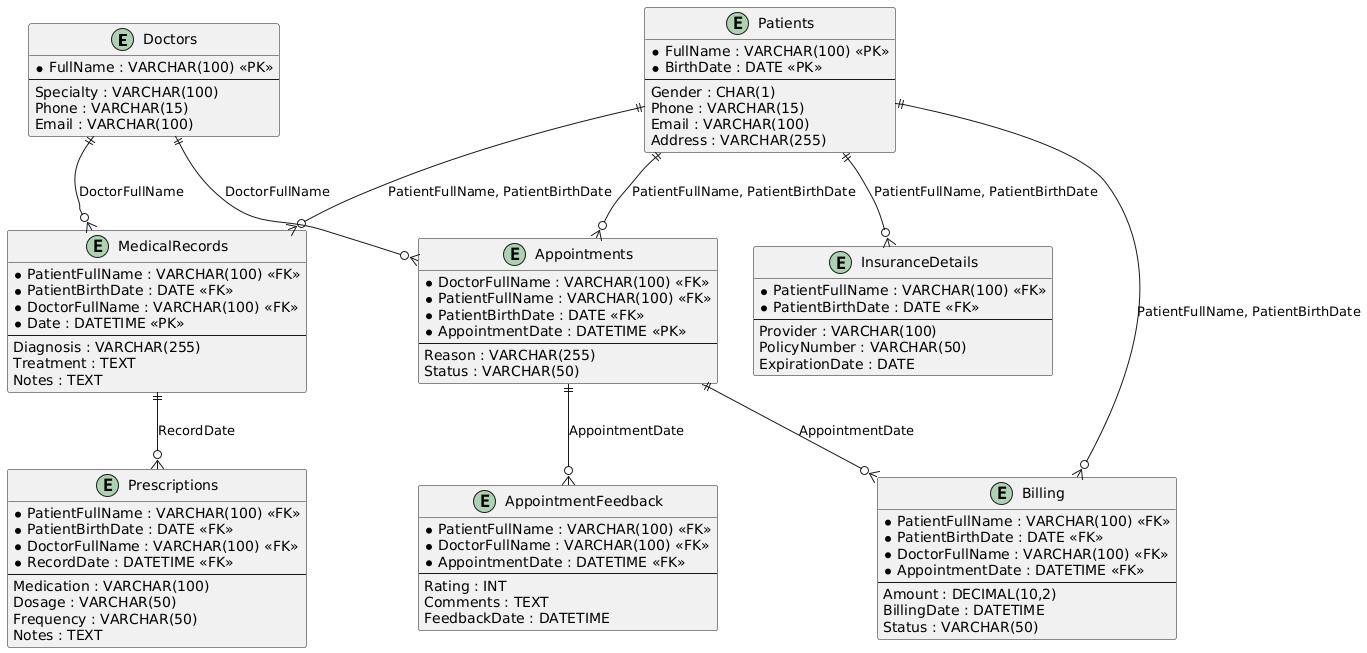
4llower/hospital-OLTP-OLAP-ETL keeps this PlantUML diagram as oltp/OLTP.png. Above is the earlier version. Source of this version:
```plantuml
@startuml
entity "Doctors" {
  *FullName : VARCHAR(100) <<PK>>
  --
  Specialty : VARCHAR(100)
  Phone : VARCHAR(15)
  Email : VARCHAR(100)
}

entity "Patients" {
  *FullName : VARCHAR(100) <<PK>>
  *BirthDate : DATE <<PK>>
  --
  Gender : CHAR(1)
  Phone : VARCHAR(15)
  Email : VARCHAR(100)
  Address : VARCHAR(255)
}

entity "Appointments" {
  *DoctorFullName : VARCHAR(100) <<FK>>
  *PatientFullName : VARCHAR(100) <<FK>>
  *PatientBirthDate : DATE <<FK>>
  *AppointmentDate : DATETIME <<PK>>
  --
  Reason : VARCHAR(255)
  Status : VARCHAR(50)
}

entity "MedicalRecords" {
  *PatientFullName : VARCHAR(100) <<FK>>
  *PatientBirthDate : DATE <<FK>>
  *DoctorFullName : VARCHAR(100) <<FK>>
  *Date : DATETIME <<PK>>
  --
  Diagnosis : VARCHAR(255)
  Treatment : TEXT
  Notes : TEXT
}

entity "Billing" {
  *PatientFullName : VARCHAR(100) <<FK>>
  *PatientBirthDate : DATE <<FK>>
  *DoctorFullName : VARCHAR(100) <<FK>>
  *AppointmentDate : DATETIME <<FK>>
  --
  Amount : DECIMAL(10,2)
  BillingDate : DATETIME
  Status : VARCHAR(50)
}

entity "Prescriptions" {
  *PatientFullName : VARCHAR(100) <<FK>>
  *PatientBirthDate : DATE <<FK>>
  *DoctorFullName : VARCHAR(100) <<FK>>
  *RecordDate : DATETIME <<FK>>
  --
  Medication : VARCHAR(100)
  Dosage : VARCHAR(50)
  Frequency : VARCHAR(50)
  Notes : TEXT
}

entity "InsuranceDetails" {
  *PatientFullName : VARCHAR(100) <<FK>>
  *PatientBirthDate : DATE <<FK>>
  --
  Provider : VARCHAR(100)
  PolicyNumber : VARCHAR(50)
  ExpirationDate : DATE
}

entity "AppointmentFeedback" {
  *PatientFullName : VARCHAR(100) <<FK>>
  *DoctorFullName : VARCHAR(100) <<FK>>
  *AppointmentDate : DATETIME <<FK>>
  --
  Rating : INT
  Comments : TEXT
  FeedbackDate : DATETIME
}

"Doctors" ||--o{ "Appointments" : "DoctorFullName"
"Patients" ||--o{ "Appointments" : "PatientFullName, PatientBirthDate"
"Patients" ||--o{ "MedicalRecords" : "PatientFullName, PatientBirthDate"
"Doctors" ||--o{ "MedicalRecords" : "DoctorFullName"
"Patients" ||--o{ "Billing" : "PatientFullName, PatientBirthDate"
"Appointments" ||--o{ "Billing" : "AppointmentDate"
"MedicalRecords" ||--o{ "Prescriptions" : "RecordDate"
"Patients" ||--o{ "InsuranceDetails" : "PatientFullName, PatientBirthDate"
"Appointments" ||--o{ "AppointmentFeedback" : "AppointmentDate"
@enduml
```
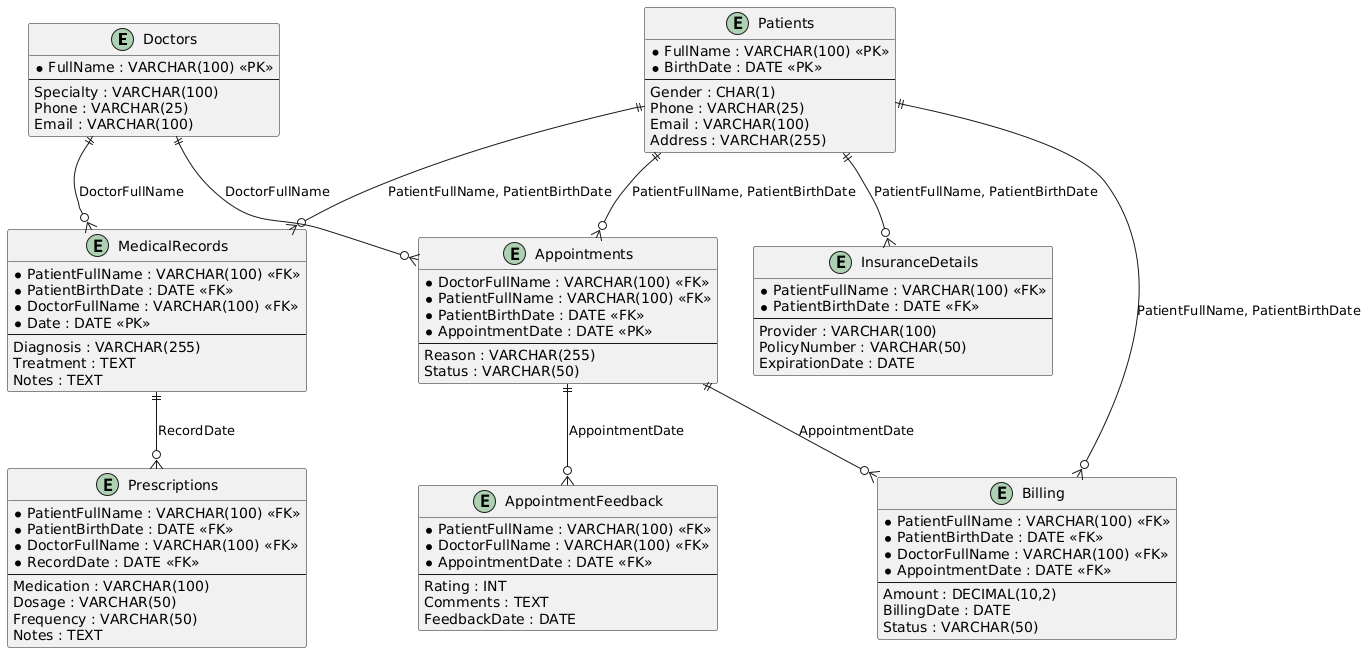
The same diagram one commit later.

The edit, as a diff of the source:
```diff
@@ -3,7 +3,7 @@
   *FullName : VARCHAR(100) <<PK>>
   --
   Specialty : VARCHAR(100)
-  Phone : VARCHAR(15)
+  Phone : VARCHAR(25)
   Email : VARCHAR(100)
 }
 
@@ -12,7 +12,7 @@
   *BirthDate : DATE <<PK>>
   --
   Gender : CHAR(1)
-  Phone : VARCHAR(15)
+  Phone : VARCHAR(25)
   Email : VARCHAR(100)
   Address : VARCHAR(255)
 }
@@ -21,7 +21,7 @@
   *DoctorFullName : VARCHAR(100) <<FK>>
   *PatientFullName : VARCHAR(100) <<FK>>
   *PatientBirthDate : DATE <<FK>>
-  *AppointmentDate : DATETIME <<PK>>
+  *AppointmentDate : DATE <<PK>>
   --
   Reason : VARCHAR(255)
   Status : VARCHAR(50)
@@ -31,7 +31,7 @@
   *PatientFullName : VARCHAR(100) <<FK>>
   *PatientBirthDate : DATE <<FK>>
   *DoctorFullName : VARCHAR(100) <<FK>>
-  *Date : DATETIME <<PK>>
+  *Date : DATE <<PK>>
   --
   Diagnosis : VARCHAR(255)
   Treatment : TEXT
@@ -42,10 +42,10 @@
   *PatientFullName : VARCHAR(100) <<FK>>
   *PatientBirthDate : DATE <<FK>>
   *DoctorFullName : VARCHAR(100) <<FK>>
-  *AppointmentDate : DATETIME <<FK>>
+  *AppointmentDate : DATE <<FK>>
   --
   Amount : DECIMAL(10,2)
-  BillingDate : DATETIME
+  BillingDate : DATE
   Status : VARCHAR(50)
 }
 
@@ -53,7 +53,7 @@
   *PatientFullName : VARCHAR(100) <<FK>>
   *PatientBirthDate : DATE <<FK>>
   *DoctorFullName : VARCHAR(100) <<FK>>
-  *RecordDate : DATETIME <<FK>>
+  *RecordDate : DATE <<FK>>
   --
   Medication : VARCHAR(100)
   Dosage : VARCHAR(50)
@@ -73,11 +73,11 @@
 entity "AppointmentFeedback" {
   *PatientFullName : VARCHAR(100) <<FK>>
   *DoctorFullName : VARCHAR(100) <<FK>>
-  *AppointmentDate : DATETIME <<FK>>
+  *AppointmentDate : DATE <<FK>>
   --
   Rating : INT
   Comments : TEXT
-  FeedbackDate : DATETIME
+  FeedbackDate : DATE
 }
 
 "Doctors" ||--o{ "Appointments" : "DoctorFullName"
```
